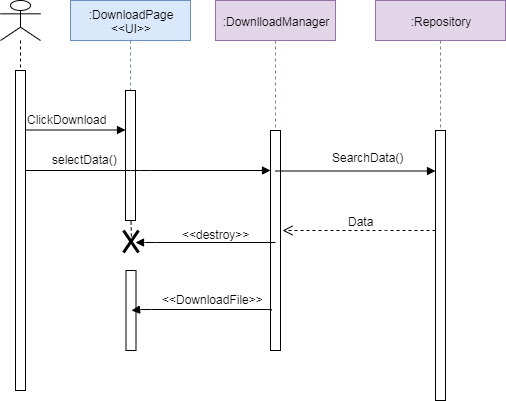
Before: docs/diagrams/Download Sequence.png, a diagram exported from draw.io (Zerocrossing/9605SEGroup2). Source tidied: cells renumbered, new cells last; positions are measured from the earlier drawing's top-left corner, leaving out a move shared by most shapes. The source it was exported from:
```xml
<mxGraphModel background="#ffffff">
  <root>
    <mxCell id="0" />
    <mxCell id="1" parent="0" />
    <mxCell id="2" style="shape=umlLifeline;participant=umlActor;perimeter=lifelinePerimeter;whiteSpace=wrap;html=1;verticalAlign=top;spacingTop=36;labelBackgroundColor=#ffffff;" parent="1" vertex="1">
      <mxGeometry width="40" height="70" as="geometry" />
    </mxCell>
    <mxCell id="3" style="html=1;perimeter=orthogonalPerimeter;" parent="1" vertex="1">
      <mxGeometry x="15" y="70" width="10" height="320" as="geometry" />
    </mxCell>
    <mxCell id="4" value=":DownloadPage&lt;br&gt;&amp;lt;&amp;lt;UI&amp;gt;&amp;gt;" style="shape=umlLifeline;perimeter=lifelinePerimeter;whiteSpace=wrap;html=1;fillColor=#dae8fc;strokeColor=#6c8ebf;" parent="1" vertex="1">
      <mxGeometry x="70" width="120" height="90" as="geometry" />
    </mxCell>
    <mxCell id="5" value=":DownlloadManager" style="shape=umlLifeline;perimeter=lifelinePerimeter;whiteSpace=wrap;html=1;fillColor=#e1d5e7;strokeColor=#9673a6;" parent="1" vertex="1">
      <mxGeometry x="215" width="120" height="130" as="geometry" />
    </mxCell>
    <mxCell id="6" value=":Repository" style="shape=umlLifeline;perimeter=lifelinePerimeter;whiteSpace=wrap;html=1;fillColor=#e1d5e7;strokeColor=#9673a6;" parent="1" vertex="1">
      <mxGeometry x="375" width="130" height="130" as="geometry" />
    </mxCell>
    <mxCell id="7" style="html=1;perimeter=orthogonalPerimeter;" parent="1" vertex="1">
      <mxGeometry x="125" y="90" width="10" height="130" as="geometry" />
    </mxCell>
    <mxCell id="8" style="html=1;perimeter=orthogonalPerimeter;" parent="1" vertex="1">
      <mxGeometry x="270" y="130" width="10" height="220" as="geometry" />
    </mxCell>
    <mxCell id="9" style="html=1;perimeter=orthogonalPerimeter;" parent="1" vertex="1">
      <mxGeometry x="435" y="130" width="10" height="270" as="geometry" />
    </mxCell>
    <mxCell id="10" style="endArrow=block;endFill=1;html=1;edgeStyle=orthogonalEdgeStyle;align=left;verticalAlign=top;" parent="1" edge="1">
      <mxGeometry x="-1" relative="1" as="geometry">
        <mxPoint x="25" y="129.5" as="sourcePoint" />
        <mxPoint x="125" y="129.5" as="targetPoint" />
      </mxGeometry>
    </mxCell>
    <mxCell id="11" value="ClickDownload" style="text;html=1;align=left;verticalAlign=top;spacingTop=-4;" parent="1" vertex="1">
      <mxGeometry x="25" y="110" width="90" height="20" as="geometry" />
    </mxCell>
    <mxCell id="12" style="endArrow=block;endFill=1;html=1;edgeStyle=orthogonalEdgeStyle;align=left;verticalAlign=top;" parent="1" edge="1">
      <mxGeometry x="-1" relative="1" as="geometry">
        <mxPoint x="25" y="170" as="sourcePoint" />
        <mxPoint x="270" y="170" as="targetPoint" />
        <Array as="points">
          <mxPoint x="140" y="170" />
          <mxPoint x="140" y="170" />
        </Array>
      </mxGeometry>
    </mxCell>
    <mxCell id="13" value="selectData()" style="text;html=1;align=left;verticalAlign=top;spacingTop=-4;" parent="1" vertex="1">
      <mxGeometry x="50" y="150" width="80" height="20" as="geometry" />
    </mxCell>
    <mxCell id="14" value="SearchData()" style="text;html=1;align=left;verticalAlign=top;spacingTop=-4;" parent="1" vertex="1">
      <mxGeometry x="330" y="148" width="90" height="20" as="geometry" />
    </mxCell>
    <mxCell id="15" style="html=1;verticalAlign=bottom;endArrow=open;dashed=1;endSize=8;" parent="1" edge="1">
      <mxGeometry relative="1" as="geometry">
        <mxPoint x="435" y="230" as="sourcePoint" />
        <mxPoint x="282" y="230" as="targetPoint" />
        <Array as="points">
          <mxPoint x="395" y="230" />
        </Array>
      </mxGeometry>
    </mxCell>
    <mxCell id="16" value="Data" style="text;html=1;align=left;verticalAlign=top;spacingTop=-4;" parent="1" vertex="1">
      <mxGeometry x="346" y="212" width="40" height="20" as="geometry" />
    </mxCell>
    <mxCell id="17" style="endArrow=block;endFill=1;html=1;edgeStyle=orthogonalEdgeStyle;align=left;verticalAlign=top;" parent="1" edge="1">
      <mxGeometry x="-1" relative="1" as="geometry">
        <mxPoint x="275" y="241.5" as="sourcePoint" />
        <mxPoint x="135" y="241.5" as="targetPoint" />
        <Array as="points">
          <mxPoint x="145" y="241.5" />
          <mxPoint x="145" y="241.5" />
        </Array>
      </mxGeometry>
    </mxCell>
    <mxCell id="18" style="shape=umlDestroy;whiteSpace=wrap;html=1;strokeWidth=3;" parent="1" vertex="1">
      <mxGeometry x="123" y="230" width="15" height="22" as="geometry" />
    </mxCell>
    <mxCell id="19" value="&amp;lt;&amp;lt;destroy&amp;gt;&amp;gt;" style="text;html=1;align=left;verticalAlign=top;spacingTop=-4;" parent="1" vertex="1">
      <mxGeometry x="180" y="225" width="80" height="20" as="geometry" />
    </mxCell>
    <mxCell id="20" style="endArrow=none;dashed=1;html=1;exitX=0.533;exitY=0.545;exitDx=0;exitDy=0;exitPerimeter=0;" parent="1" edge="1" source="18">
      <mxGeometry relative="1" as="geometry">
        <mxPoint x="130.5" y="220" as="targetPoint" />
      </mxGeometry>
    </mxCell>
    <mxCell id="21" style="html=1;perimeter=orthogonalPerimeter;" parent="1" vertex="1">
      <mxGeometry x="125.5" y="270" width="10" height="80" as="geometry" />
    </mxCell>
    <mxCell id="22" style="endArrow=block;endFill=1;html=1;edgeStyle=orthogonalEdgeStyle;align=left;verticalAlign=top;" parent="1" edge="1">
      <mxGeometry x="-1" relative="1" as="geometry">
        <mxPoint x="270.5" y="309.5" as="sourcePoint" />
        <mxPoint x="130.5" y="309.5" as="targetPoint" />
        <Array as="points">
          <mxPoint x="140.5" y="309" />
          <mxPoint x="140.5" y="309" />
        </Array>
      </mxGeometry>
    </mxCell>
    <mxCell id="23" value="&amp;lt;&amp;lt;DownloadFile&amp;gt;&amp;gt;" style="text;html=1;align=left;verticalAlign=top;spacingTop=-4;" parent="1" vertex="1">
      <mxGeometry x="160" y="290" width="120" height="20" as="geometry" />
    </mxCell>
    <mxCell id="24" style="endArrow=block;endFill=1;html=1;edgeStyle=orthogonalEdgeStyle;align=left;verticalAlign=top;" parent="1" edge="1">
      <mxGeometry x="-1" relative="1" as="geometry">
        <mxPoint x="275" y="170.5" as="sourcePoint" />
        <mxPoint x="435" y="170.5" as="targetPoint" />
      </mxGeometry>
    </mxCell>
  </root>
</mxGraphModel>
```
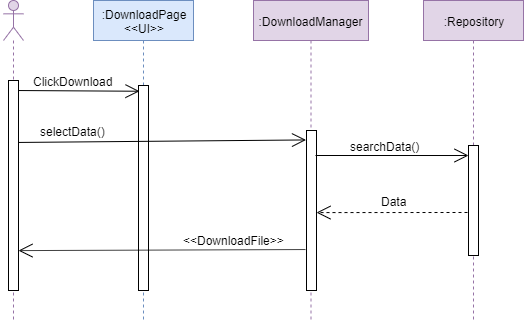
Later version of the same file.

Commit message:
Download Sequence Update

What changed in the source:
```diff
@@ -1,110 +1,74 @@
-<mxGraphModel background="#ffffff">
+<mxGraphModel>
   <root>
     <mxCell id="0" />
     <mxCell id="1" parent="0" />
-    <mxCell id="2" style="shape=umlLifeline;participant=umlActor;perimeter=lifelinePerimeter;whiteSpace=wrap;html=1;verticalAlign=top;spacingTop=36;labelBackgroundColor=#ffffff;" parent="1" vertex="1">
-      <mxGeometry width="40" height="70" as="geometry" />
-    </mxCell>
-    <mxCell id="3" style="html=1;perimeter=orthogonalPerimeter;" parent="1" vertex="1">
-      <mxGeometry x="15" y="70" width="10" height="320" as="geometry" />
-    </mxCell>
+    <mxCell id="25" style="shape=umlLifeline;participant=umlActor;perimeter=lifelinePerimeter;whiteSpace=wrap;html=1;verticalAlign=top;spacingTop=36;labelBackgroundColor=#ffffff;fillColor=#e1d5e7;strokeColor=#9673a6;" parent="1" vertex="1">
+      <mxGeometry x="640" y="-30" width="20" height="320" as="geometry" />
+    </mxCell>
+    <mxCell id="26" style="endArrow=open;endFill=1;endSize=12;html=1;entryX=0.1;entryY=0.028;entryDx=0;entryDy=0;entryPerimeter=0;" parent="25" edge="1" target="28">
+      <mxGeometry relative="1" as="geometry">
+        <mxPoint x="10" y="90" as="sourcePoint" />
+      </mxGeometry>
+    </mxCell>
+    <mxCell id="11" value="ClickDownload" style="text;html=1;align=center;verticalAlign=middle;labelBackgroundColor=#ffffff;" parent="26" vertex="1">
+      <mxGeometry x="-0.2" y="1" relative="1" as="geometry">
+        <mxPoint x="8" y="-9" as="offset" />
+      </mxGeometry>
+    </mxCell>
+    <mxCell id="27" style="html=1;points=[];perimeter=orthogonalPerimeter;" parent="25" vertex="1">
+      <mxGeometry x="5" y="80" width="10" height="210" as="geometry" />
+    </mxCell>
     <mxCell id="4" value=":DownloadPage&lt;br&gt;&amp;lt;&amp;lt;UI&amp;gt;&amp;gt;" style="shape=umlLifeline;perimeter=lifelinePerimeter;whiteSpace=wrap;html=1;fillColor=#dae8fc;strokeColor=#6c8ebf;" parent="1" vertex="1">
-      <mxGeometry x="70" width="120" height="90" as="geometry" />
+      <mxGeometry x="730" y="-30" width="100" height="320" as="geometry" />
     </mxCell>
-    <mxCell id="5" value=":DownlloadManager" style="shape=umlLifeline;perimeter=lifelinePerimeter;whiteSpace=wrap;html=1;fillColor=#e1d5e7;strokeColor=#9673a6;" parent="1" vertex="1">
-      <mxGeometry x="215" width="120" height="130" as="geometry" />
-    </mxCell>
+    <mxCell id="28" style="html=1;points=[];perimeter=orthogonalPerimeter;" parent="4" vertex="1">
+      <mxGeometry x="45" y="85" width="10" height="205" as="geometry" />
+    </mxCell>
+    <mxCell id="29" value=":DownloadManager" style="shape=umlLifeline;perimeter=lifelinePerimeter;whiteSpace=wrap;html=1;fillColor=#e1d5e7;strokeColor=#9673a6;" parent="1" vertex="1">
+      <mxGeometry x="890" y="-30" width="115" height="320" as="geometry" />
+    </mxCell>
+    <mxCell id="30" style="html=1;points=[];perimeter=orthogonalPerimeter;" parent="29" vertex="1">
+      <mxGeometry x="53" y="130" width="10" height="160" as="geometry" />
+    </mxCell>
     <mxCell id="6" value=":Repository" style="shape=umlLifeline;perimeter=lifelinePerimeter;whiteSpace=wrap;html=1;fillColor=#e1d5e7;strokeColor=#9673a6;" parent="1" vertex="1">
-      <mxGeometry x="375" width="130" height="130" as="geometry" />
+      <mxGeometry x="1060" y="-30" width="100" height="320" as="geometry" />
     </mxCell>
-    <mxCell id="7" style="html=1;perimeter=orthogonalPerimeter;" parent="1" vertex="1">
-      <mxGeometry x="125" y="90" width="10" height="130" as="geometry" />
-    </mxCell>
-    <mxCell id="8" style="html=1;perimeter=orthogonalPerimeter;" parent="1" vertex="1">
-      <mxGeometry x="270" y="130" width="10" height="220" as="geometry" />
-    </mxCell>
-    <mxCell id="9" style="html=1;perimeter=orthogonalPerimeter;" parent="1" vertex="1">
-      <mxGeometry x="435" y="130" width="10" height="270" as="geometry" />
-    </mxCell>
-    <mxCell id="10" style="endArrow=block;endFill=1;html=1;edgeStyle=orthogonalEdgeStyle;align=left;verticalAlign=top;" parent="1" edge="1">
-      <mxGeometry x="-1" relative="1" as="geometry">
-        <mxPoint x="25" y="129.5" as="sourcePoint" />
-        <mxPoint x="125" y="129.5" as="targetPoint" />
-      </mxGeometry>
-    </mxCell>
-    <mxCell id="11" value="ClickDownload" style="text;html=1;align=left;verticalAlign=top;spacingTop=-4;" parent="1" vertex="1">
-      <mxGeometry x="25" y="110" width="90" height="20" as="geometry" />
-    </mxCell>
-    <mxCell id="12" style="endArrow=block;endFill=1;html=1;edgeStyle=orthogonalEdgeStyle;align=left;verticalAlign=top;" parent="1" edge="1">
-      <mxGeometry x="-1" relative="1" as="geometry">
-        <mxPoint x="25" y="170" as="sourcePoint" />
-        <mxPoint x="270" y="170" as="targetPoint" />
-        <Array as="points">
-          <mxPoint x="140" y="170" />
-          <mxPoint x="140" y="170" />
-        </Array>
-      </mxGeometry>
-    </mxCell>
+    <mxCell id="31" style="html=1;points=[];perimeter=orthogonalPerimeter;" parent="6" vertex="1">
+      <mxGeometry x="45" y="145" width="10" height="110" as="geometry" />
+    </mxCell>
+    <mxCell id="32" style="endArrow=open;endFill=1;endSize=12;html=1;entryX=-0.05;entryY=0.059;entryDx=0;entryDy=0;entryPerimeter=0;exitX=1;exitY=0.295;exitDx=0;exitDy=0;exitPerimeter=0;" parent="1" edge="1" source="27" target="30">
+      <mxGeometry relative="1" as="geometry" />
+    </mxCell>
-    <mxCell id="13" value="selectData()" style="text;html=1;align=left;verticalAlign=top;spacingTop=-4;" parent="1" vertex="1">
-      <mxGeometry x="50" y="150" width="80" height="20" as="geometry" />
+    <mxCell id="13" value="selectData()" style="text;html=1;align=center;verticalAlign=middle;labelBackgroundColor=#ffffff;" parent="32" vertex="1">
+      <mxGeometry x="-0.2" y="1" relative="1" as="geometry">
+        <mxPoint x="-61" y="-9" as="offset" />
+      </mxGeometry>
     </mxCell>
-    <mxCell id="14" value="SearchData()" style="text;html=1;align=left;verticalAlign=top;spacingTop=-4;" parent="1" vertex="1">
-      <mxGeometry x="330" y="148" width="90" height="20" as="geometry" />
-    </mxCell>
-    <mxCell id="15" style="html=1;verticalAlign=bottom;endArrow=open;dashed=1;endSize=8;" parent="1" edge="1">
-      <mxGeometry relative="1" as="geometry">
-        <mxPoint x="435" y="230" as="sourcePoint" />
-        <mxPoint x="282" y="230" as="targetPoint" />
-        <Array as="points">
-          <mxPoint x="395" y="230" />
-        </Array>
-      </mxGeometry>
-    </mxCell>
+    <mxCell id="33" style="endArrow=open;endFill=1;endSize=12;html=1;entryX=0;entryY=0.091;entryDx=0;entryDy=0;entryPerimeter=0;" parent="1" edge="1" target="31">
+      <mxGeometry relative="1" as="geometry">
+        <mxPoint x="952" y="125" as="sourcePoint" />
+      </mxGeometry>
+    </mxCell>
+    <mxCell id="34" value="searchData()" style="text;html=1;align=center;verticalAlign=middle;labelBackgroundColor=#ffffff;" parent="33" vertex="1">
+      <mxGeometry x="-0.2" y="1" relative="1" as="geometry">
+        <mxPoint x="8" y="-9" as="offset" />
+      </mxGeometry>
+    </mxCell>
+    <mxCell id="35" style="endArrow=open;endFill=1;endSize=12;html=1;dashed=1;exitX=-0.1;exitY=0.609;exitDx=0;exitDy=0;exitPerimeter=0;entryX=1;entryY=0.513;entryDx=0;entryDy=0;entryPerimeter=0;" parent="1" edge="1" source="31" target="30">
+      <mxGeometry relative="1" as="geometry" />
+    </mxCell>
-    <mxCell id="16" value="Data" style="text;html=1;align=left;verticalAlign=top;spacingTop=-4;" parent="1" vertex="1">
-      <mxGeometry x="346" y="212" width="40" height="20" as="geometry" />
+    <mxCell id="16" value="Data" style="text;html=1;align=center;verticalAlign=middle;labelBackgroundColor=#ffffff;" parent="35" vertex="1">
+      <mxGeometry x="-0.2" y="1" relative="1" as="geometry">
+        <mxPoint x="-13" y="-13" as="offset" />
+      </mxGeometry>
     </mxCell>
-    <mxCell id="17" style="endArrow=block;endFill=1;html=1;edgeStyle=orthogonalEdgeStyle;align=left;verticalAlign=top;" parent="1" edge="1">
-      <mxGeometry x="-1" relative="1" as="geometry">
-        <mxPoint x="275" y="241.5" as="sourcePoint" />
-        <mxPoint x="135" y="241.5" as="targetPoint" />
-        <Array as="points">
-          <mxPoint x="145" y="241.5" />
-          <mxPoint x="145" y="241.5" />
-        </Array>
-      </mxGeometry>
-    </mxCell>
-    <mxCell id="18" style="shape=umlDestroy;whiteSpace=wrap;html=1;strokeWidth=3;" parent="1" vertex="1">
-      <mxGeometry x="123" y="230" width="15" height="22" as="geometry" />
-    </mxCell>
-    <mxCell id="19" value="&amp;lt;&amp;lt;destroy&amp;gt;&amp;gt;" style="text;html=1;align=left;verticalAlign=top;spacingTop=-4;" parent="1" vertex="1">
-      <mxGeometry x="180" y="225" width="80" height="20" as="geometry" />
-    </mxCell>
-    <mxCell id="20" style="endArrow=none;dashed=1;html=1;exitX=0.533;exitY=0.545;exitDx=0;exitDy=0;exitPerimeter=0;" parent="1" edge="1" source="18">
-      <mxGeometry relative="1" as="geometry">
-        <mxPoint x="130.5" y="220" as="targetPoint" />
-      </mxGeometry>
-    </mxCell>
-    <mxCell id="21" style="html=1;perimeter=orthogonalPerimeter;" parent="1" vertex="1">
-      <mxGeometry x="125.5" y="270" width="10" height="80" as="geometry" />
-    </mxCell>
-    <mxCell id="22" style="endArrow=block;endFill=1;html=1;edgeStyle=orthogonalEdgeStyle;align=left;verticalAlign=top;" parent="1" edge="1">
-      <mxGeometry x="-1" relative="1" as="geometry">
-        <mxPoint x="270.5" y="309.5" as="sourcePoint" />
-        <mxPoint x="130.5" y="309.5" as="targetPoint" />
-        <Array as="points">
-          <mxPoint x="140.5" y="309" />
-          <mxPoint x="140.5" y="309" />
-        </Array>
-      </mxGeometry>
-    </mxCell>
+    <mxCell id="36" style="endArrow=open;endFill=1;endSize=12;html=1;entryX=1;entryY=0.81;entryDx=0;entryDy=0;entryPerimeter=0;exitX=-0.1;exitY=0.744;exitDx=0;exitDy=0;exitPerimeter=0;" parent="1" edge="1" source="30" target="27">
+      <mxGeometry relative="1" as="geometry" />
+    </mxCell>
-    <mxCell id="23" value="&amp;lt;&amp;lt;DownloadFile&amp;gt;&amp;gt;" style="text;html=1;align=left;verticalAlign=top;spacingTop=-4;" parent="1" vertex="1">
-      <mxGeometry x="160" y="290" width="120" height="20" as="geometry" />
+    <mxCell id="23" value="&amp;lt;&amp;lt;DownloadFile&amp;gt;&amp;gt;" style="text;html=1;align=center;verticalAlign=middle;labelBackgroundColor=#ffffff;" parent="36" vertex="1">
+      <mxGeometry x="-0.2" y="1" relative="1" as="geometry">
+        <mxPoint x="43" y="-10.5" as="offset" />
+      </mxGeometry>
     </mxCell>
-    <mxCell id="24" style="endArrow=block;endFill=1;html=1;edgeStyle=orthogonalEdgeStyle;align=left;verticalAlign=top;" parent="1" edge="1">
-      <mxGeometry x="-1" relative="1" as="geometry">
-        <mxPoint x="275" y="170.5" as="sourcePoint" />
-        <mxPoint x="435" y="170.5" as="targetPoint" />
-      </mxGeometry>
-    </mxCell>
   </root>
 </mxGraphModel>
```
